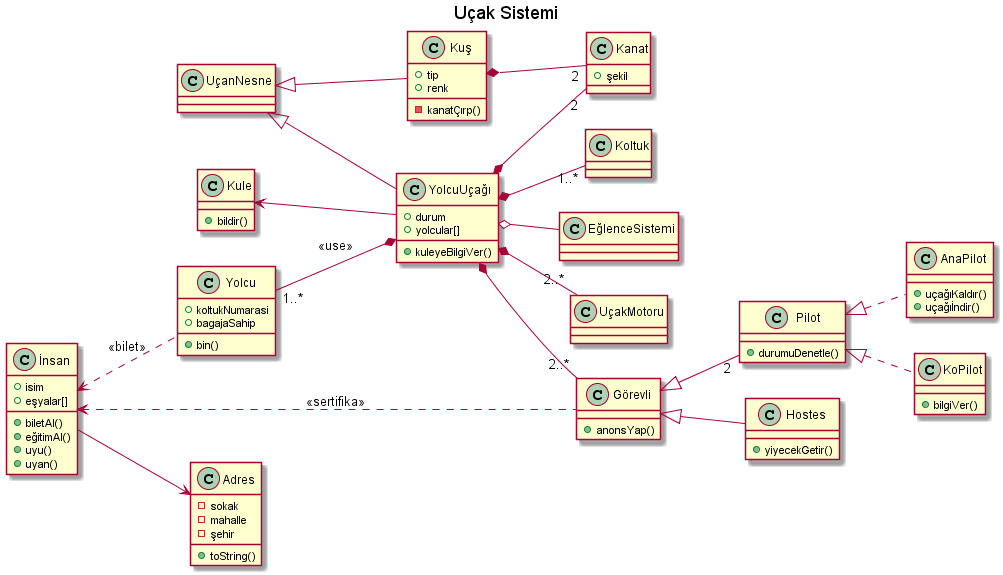
The PlantUML diagram UML_Class_diagram/classdiagram/Uçak Sistemi.png in atagulalan/typescript-design-patterns, before a commit. Its diagram source:
```plantuml
@startuml
left to right direction

title Uçak Sistemi

class Kuş {
 +tip
 +renk
 -kanatÇırp()
}

class Kanat {
 +şekil
}

class Kule {
  +bildir()
}

class YolcuUçağı {
  +durum
  +yolcular[]
  +kuleyeBilgiVer()
}

class Yolcu {
  +koltukNumarasi
  +bagajaSahip
  +bin()
}

class İnsan {
  +isim
  +eşyalar[]
  +biletAl()
  +eğitimAl()
  +uyu()
  +uyan()
}

class AnaPilot {
  +uçağıKaldır()
  +uçağıİndir()
}

class KoPilot {
  +bilgiVer()
}

class Pilot {
  +durumuDenetle()
}

class Hostes {
  +yiyecekGetir()
}

class Görevli {
  +anonsYap()
}

class Adres {
  -sokak
  -mahalle
  -şehir
  +toString()
}

Kuş *-- "2" Kanat

YolcuUçağı *-- "2" Kanat
YolcuUçağı *-- "2..*" UçakMotoru
YolcuUçağı *-- "1..*" Koltuk
YolcuUçağı *-- "2..*" Görevli
YolcuUçağı o-- EğlenceSistemi

UçanNesne <|-- Kuş
UçanNesne <|-- YolcuUçağı

Görevli <|-- Hostes
Görevli <|-- "2" Pilot

Pilot <|.. AnaPilot
Pilot <|.. KoPilot

Yolcu "1..*" --* YolcuUçağı  : "<<use>>"
İnsan <.. Yolcu : "<<bilet>>"
İnsan <.. Görevli : "<<sertifika>>"

Kule <-- YolcuUçağı
İnsan --> Adres

@enduml
```
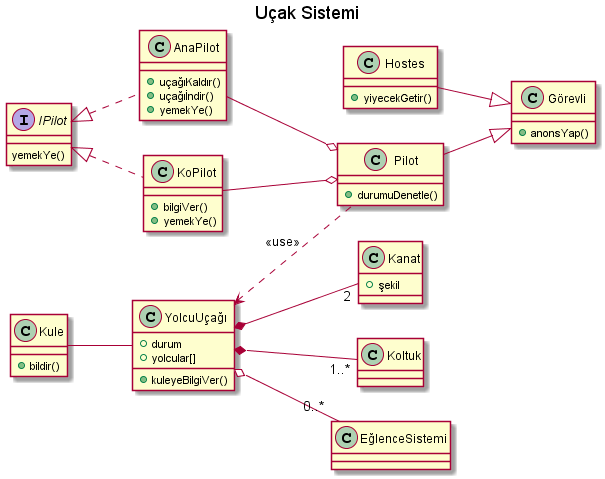
Above is the later version.

Change to the diagram source:
```diff
@@ -3,11 +3,6 @@
 
 title Uçak Sistemi
 
-class Kuş {
- +tip
- +renk
- -kanatÇırp()
-}
 
 class Kanat {
  +şekil
@@ -23,28 +18,19 @@
   +kuleyeBilgiVer()
 }
 
-class Yolcu {
-  +koltukNumarasi
-  +bagajaSahip
-  +bin()
-}
-
-class İnsan {
-  +isim
-  +eşyalar[]
-  +biletAl()
-  +eğitimAl()
-  +uyu()
-  +uyan()
+interface IPilot {
+  yemekYe()
 }
 
 class AnaPilot {
   +uçağıKaldır()
   +uçağıİndir()
+  +yemekYe()
 }
 
 class KoPilot {
   +bilgiVer()
+  +yemekYe()
 }
 
 class Pilot {
@@ -59,35 +45,22 @@
   +anonsYap()
 }
 
-class Adres {
-  -sokak
-  -mahalle
-  -şehir
-  +toString()
-}
+YolcuUçağı *-- "1..*" Koltuk
+YolcuUçağı *-- "2" Kanat
+YolcuUçağı o-- "0..*" EğlenceSistemi
 
-Kuş *-- "2" Kanat
+YolcuUçağı <.. Pilot : "<<use>>"
 
-YolcuUçağı *-- "2" Kanat
-YolcuUçağı *-- "2..*" UçakMotoru
-YolcuUçağı *-- "1..*" Koltuk
-YolcuUçağı *-- "2..*" Görevli
-YolcuUçağı o-- EğlenceSistemi
+IPilot <|.. KoPilot
+IPilot <|.. AnaPilot
 
-UçanNesne <|-- Kuş
-UçanNesne <|-- YolcuUçağı
+AnaPilot --o Pilot
+KoPilot --o Pilot
 
-Görevli <|-- Hostes
-Görevli <|-- "2" Pilot
+Pilot --|> Görevli
+Hostes --|> Görevli
 
-Pilot <|.. AnaPilot
-Pilot <|.. KoPilot
+Kule -- YolcuUçağı
 
-Yolcu "1..*" --* YolcuUçağı  : "<<use>>"
-İnsan <.. Yolcu : "<<bilet>>"
-İnsan <.. Görevli : "<<sertifika>>"
-
-Kule <-- YolcuUçağı
-İnsan --> Adres
 
 @enduml
```
